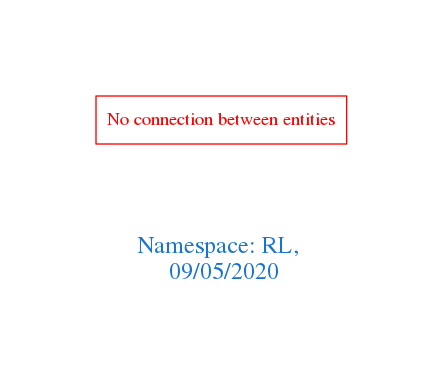
Before: downloads/RL.png, a diagram exported from Graphviz (arago/OGIT). Its source is kept beside it as downloads/RL.dot.
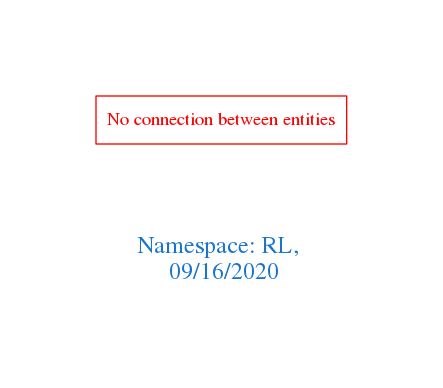
The same file after the commit.

The edit, as a diff of the source:
```diff
@@ -1,7 +1,7 @@
 digraph OGIT_ontology {
  graph [ rankdir= LR,pad=1
 fontsize = 18,
-fontcolor= dodgerblue3,label = "\n\n\nNamespace: RL, \n 09/05/2020"];
+fontcolor= dodgerblue3,label = "\n\n\nNamespace: RL, \n 09/16/2020"];
 node[shape=polygon];
 edge [  color="gray81"];
 
```
